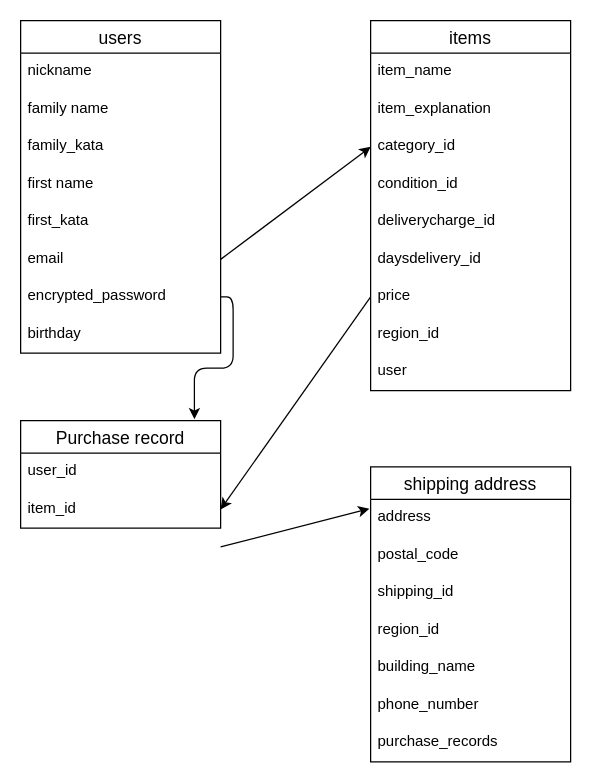
This is furima.dio from crufn/furima-38169, a draw.io file, before an edit. Source tidied: cells renumbered, new cells numbered last; positions are measured from the earlier drawing's top-left corner, leaving out a move shared by most shapes. Both pictures are drawn from the tidied source at 125%, with x=0, y=0 at pixel (20, 20).
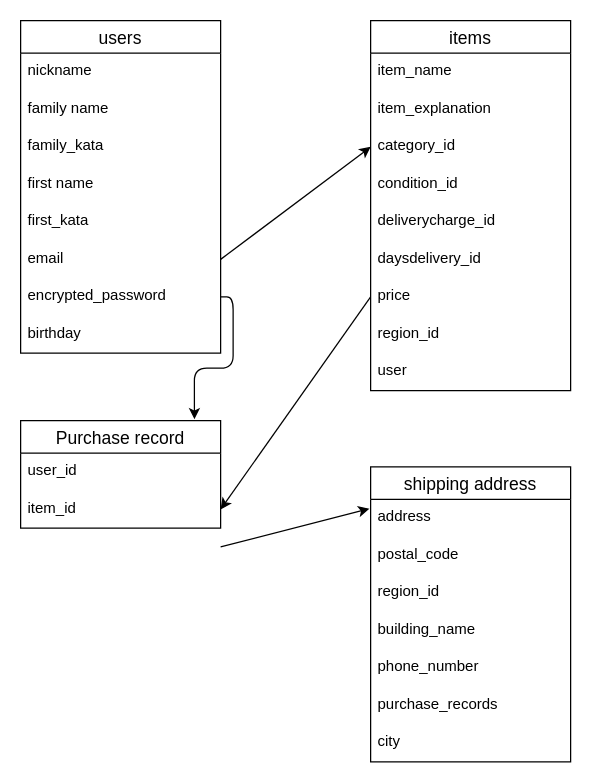
The same diagram, later.

Unchanged cells that the change refers to:
```xml
<mxCell id="21" value="shipping address" style="swimlane;fontStyle=0;horizontal=1;startSize=26;align=center;fontSize=14;" parent="1" vertex="1">
  <mxGeometry x="280" y="357" width="160" height="236" as="geometry" />
</mxCell>
```

Diff of the diagram source:
```diff
@@
-    <mxCell id="24" value="shipping_id" style="text;strokeColor=none;fillColor=none;spacingLeft=4;spacingRight=4;overflow=hidden;fontSize=12;" parent="21" vertex="1">
-      <mxGeometry y="86" width="160" height="30" as="geometry" />
-    </mxCell>
     <mxCell id="25" value="region_id" style="text;strokeColor=none;fillColor=none;spacingLeft=4;spacingRight=4;overflow=hidden;fontSize=12;" parent="21" vertex="1">
-      <mxGeometry y="116" width="160" height="30" as="geometry" />
+      <mxGeometry y="86" width="160" height="30" as="geometry" />
     </mxCell>
     <mxCell id="26" value="building_name" style="text;strokeColor=none;fillColor=none;spacingLeft=4;spacingRight=4;overflow=hidden;fontSize=12;" parent="21" vertex="1">
-      <mxGeometry y="146" width="160" height="30" as="geometry" />
+      <mxGeometry y="116" width="160" height="30" as="geometry" />
     </mxCell>
     <mxCell id="27" value="phone_number" style="text;strokeColor=none;fillColor=none;spacingLeft=4;spacingRight=4;overflow=hidden;fontSize=12;" parent="21" vertex="1">
-      <mxGeometry y="176" width="160" height="30" as="geometry" />
+      <mxGeometry y="146" width="160" height="30" as="geometry" />
     </mxCell>
     <mxCell id="28" value="purchase_records" style="text;strokeColor=none;fillColor=none;spacingLeft=4;spacingRight=4;overflow=hidden;fontSize=12;" parent="21" vertex="1">
-      <mxGeometry y="206" width="160" height="30" as="geometry" />
+      <mxGeometry y="176" width="160" height="30" as="geometry" />
     </mxCell>
+    <mxCell id="36" value="city" style="text;strokeColor=none;fillColor=none;spacingLeft=4;spacingRight=4;overflow=hidden;fontSize=12;" parent="21" vertex="1">
+      <mxGeometry y="206" width="160" height="30" as="geometry" />
+    </mxCell>
```
